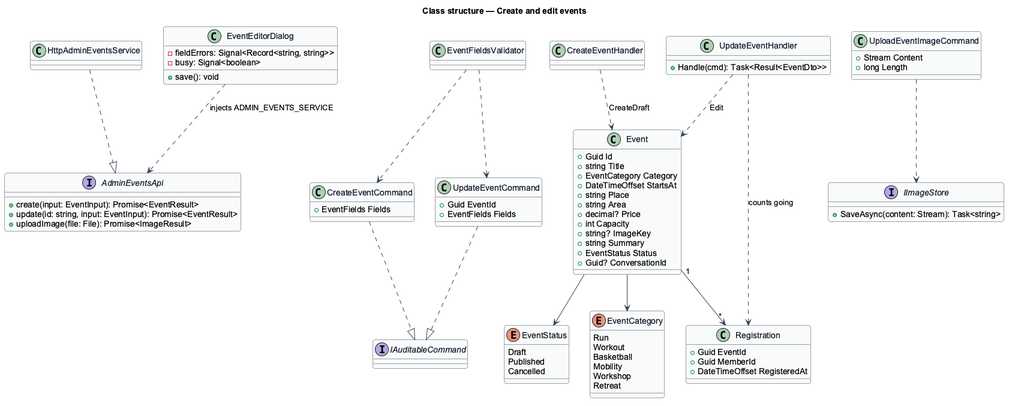
QuinntyneBrown/christian-fitness keeps this PlantUML diagram as docs/detailed-designs/admin-events/create-and-edit-events/diagrams/class.png. Above is the earlier version. Its diagram source:
```plantuml
@startuml
skinparam backgroundColor #FFFFFF
skinparam shadowing false
skinparam roundcorner 8
skinparam defaultFontName Arial
skinparam ArrowColor #344054
skinparam class {
  BorderColor #344054
  FontColor #101828
  BackgroundColor #F9FAFB
}
title Class structure — Create and edit events

interface AdminEventsApi {
  +create(input: EventInput): Promise<EventResult>
  +update(id: string, input: EventInput): Promise<EventResult>
  +uploadImage(file: File): Promise<ImageResult>
}
class HttpAdminEventsService
class EventEditorDialog {
  -fieldErrors: Signal<Record<string, string>>
  -busy: Signal<boolean>
  +save(): void
}
class CreateEventCommand {
  +EventFields Fields
}
class UpdateEventCommand {
  +Guid EventId
  +EventFields Fields
}
class EventFieldsValidator
class CreateEventHandler
class UpdateEventHandler {
  +Handle(cmd): Task<Result<EventDto>>
}
class UploadEventImageCommand {
  +Stream Content
  +long Length
}
interface IImageStore {
  +SaveAsync(content: Stream): Task<string>
}
interface IAuditableCommand
class Registration {
  +Guid EventId
  +Guid MemberId
  +DateTimeOffset RegisteredAt
}
class Event {
  +Guid Id
  +string Title
  +EventCategory Category
  +DateTimeOffset StartsAt
  +string Place
  +string Area
  +decimal? Price
  +int Capacity
  +string? ImageKey
  +string Summary
  +EventStatus Status
  +Guid? ConversationId
}
enum EventStatus {
  Draft
  Published
  Cancelled
}
enum EventCategory {
  Run
  Workout
  Basketball
  Mobility
  Workshop
  Retreat
}
Event --> EventStatus
Event --> EventCategory

HttpAdminEventsService ..|> AdminEventsApi
EventEditorDialog ..> AdminEventsApi : injects ADMIN_EVENTS_SERVICE
EventFieldsValidator ..> CreateEventCommand
EventFieldsValidator ..> UpdateEventCommand
CreateEventHandler ..> Event : CreateDraft
UpdateEventHandler ..> Event : Edit
UpdateEventHandler ..> Registration : counts going
CreateEventCommand ..|> IAuditableCommand
UpdateEventCommand ..|> IAuditableCommand
UploadEventImageCommand ..> IImageStore
Event "1" --> "*" Registration
@enduml
```
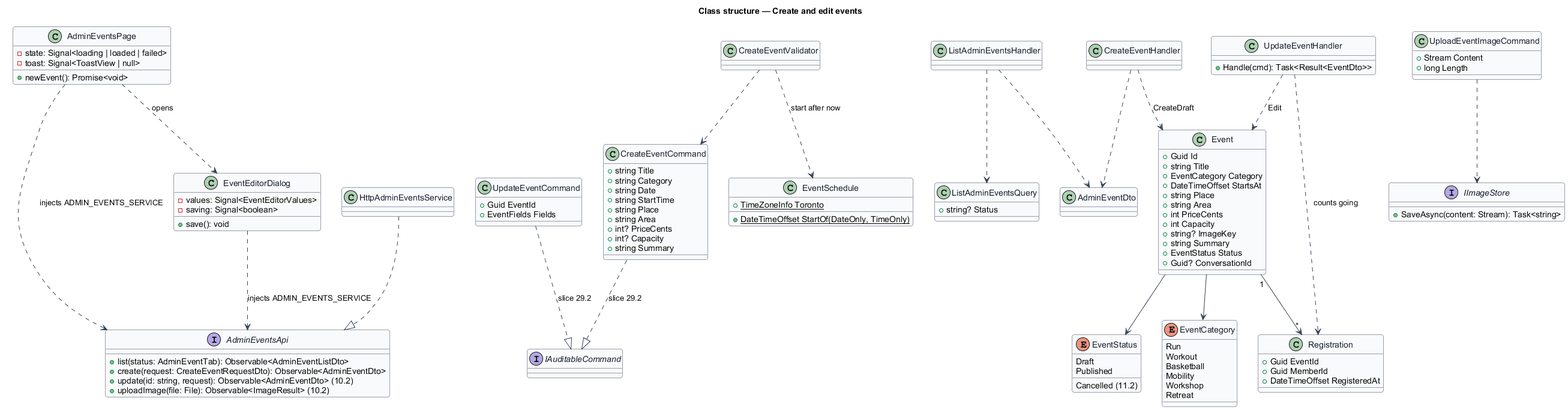
After the change.

Change to the diagram source:
```diff
@@ -12,24 +12,47 @@
 title Class structure — Create and edit events
 
 interface AdminEventsApi {
-  +create(input: EventInput): Promise<EventResult>
-  +update(id: string, input: EventInput): Promise<EventResult>
-  +uploadImage(file: File): Promise<ImageResult>
+  +list(status: AdminEventTab): Observable<AdminEventListDto>
+  +create(request: CreateEventRequestDto): Observable<AdminEventDto>
+  +update(id: string, request): Observable<AdminEventDto> (10.2)
+  +uploadImage(file: File): Observable<ImageResult> (10.2)
+}
+class AdminEventsPage {
+  -state: Signal<loading | loaded | failed>
+  -toast: Signal<ToastView | null>
+  +newEvent(): Promise<void>
 }
 class HttpAdminEventsService
 class EventEditorDialog {
-  -fieldErrors: Signal<Record<string, string>>
-  -busy: Signal<boolean>
+  -values: Signal<EventEditorValues>
+  -saving: Signal<boolean>
   +save(): void
 }
 class CreateEventCommand {
-  +EventFields Fields
+  +string Title
+  +string Category
+  +string Date
+  +string StartTime
+  +string Place
+  +string Area
+  +int? PriceCents
+  +int? Capacity
+  +string Summary
+}
+class ListAdminEventsQuery {
+  +string? Status
+}
+class ListAdminEventsHandler
+class AdminEventDto
+class EventSchedule {
+  +{static} TimeZoneInfo Toronto
+  +{static} DateTimeOffset StartOf(DateOnly, TimeOnly)
 }
 class UpdateEventCommand {
   +Guid EventId
   +EventFields Fields
 }
-class EventFieldsValidator
+class CreateEventValidator
 class CreateEventHandler
 class UpdateEventHandler {
   +Handle(cmd): Task<Result<EventDto>>
@@ -54,7 +77,7 @@
   +DateTimeOffset StartsAt
   +string Place
   +string Area
-  +decimal? Price
+  +int PriceCents
   +int Capacity
   +string? ImageKey
   +string Summary
@@ -64,7 +87,7 @@
 enum EventStatus {
   Draft
   Published
-  Cancelled
+  Cancelled (11.2)
 }
 enum EventCategory {
   Run
@@ -79,13 +102,18 @@
 
 HttpAdminEventsService ..|> AdminEventsApi
 EventEditorDialog ..> AdminEventsApi : injects ADMIN_EVENTS_SERVICE
-EventFieldsValidator ..> CreateEventCommand
-EventFieldsValidator ..> UpdateEventCommand
+CreateEventValidator ..> CreateEventCommand
+CreateEventValidator ..> EventSchedule : start after now
 CreateEventHandler ..> Event : CreateDraft
+CreateEventHandler ..> AdminEventDto
+ListAdminEventsHandler ..> ListAdminEventsQuery
+ListAdminEventsHandler ..> AdminEventDto
+AdminEventsPage ..> AdminEventsApi : injects ADMIN_EVENTS_SERVICE
+AdminEventsPage ..> EventEditorDialog : opens
 UpdateEventHandler ..> Event : Edit
 UpdateEventHandler ..> Registration : counts going
-CreateEventCommand ..|> IAuditableCommand
-UpdateEventCommand ..|> IAuditableCommand
+CreateEventCommand ..|> IAuditableCommand : slice 29.2
+UpdateEventCommand ..|> IAuditableCommand : slice 29.2
 UploadEventImageCommand ..> IImageStore
 Event "1" --> "*" Registration
 @enduml
```
